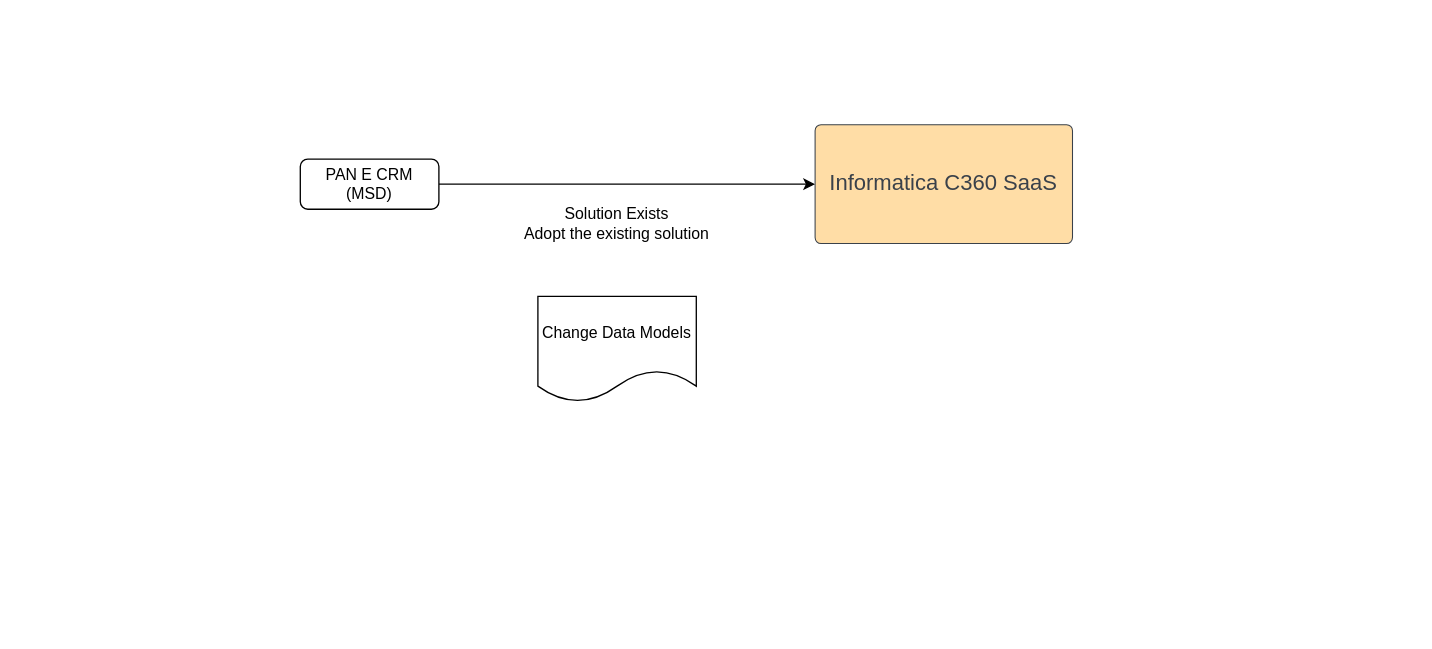
Earlier version of the draw.io diagram page "CRM - IT/ES" (5 of 5) of TME-Misc_Design.drawio (biswarup81/drawings). Source tidied: cells renumbered, new cells numbered last; positions are measured from the earlier drawing's top-left corner, leaving out a move shared by most shapes. Both pictures are drawn from the tidied source at 132%, with x=0, y=0 at pixel (300, 124).
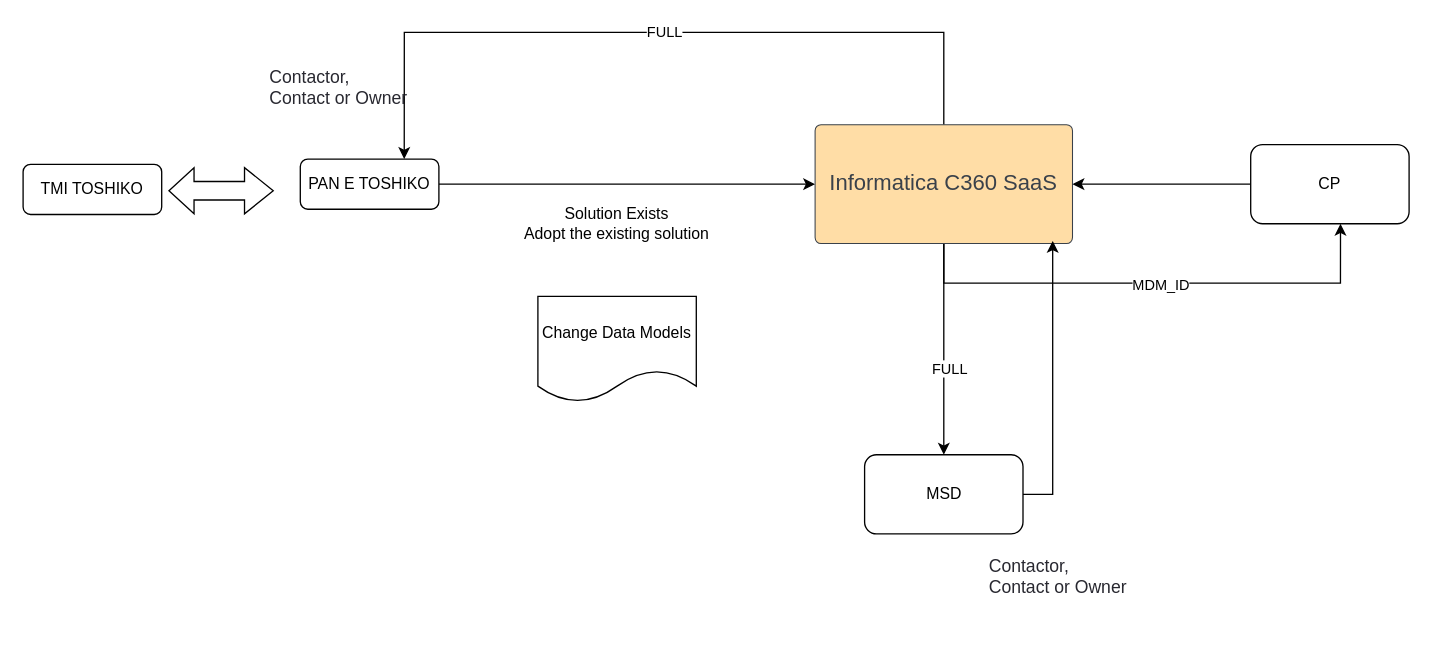
The same page after the edit.

The change refers to these unchanged cells:
```xml
<mxCell id="4" value="Informatica C360 SaaS" style="html=1;overflow=block;blockSpacing=1;whiteSpace=wrap;fontSize=16.7;fontColor=#3a414a;spacing=9;strokeColor=#3a414a;strokeOpacity=100;fillOpacity=100;rounded=1;absoluteArcSize=1;arcSize=9;fillColor=#ffdda6;strokeWidth=0.8;lucidId=FAfvqJk8E.Ea;" parent="1" vertex="1">
  <mxGeometry x="390" width="195" height="90" as="geometry" />
</mxCell>
```

Change to the diagram source:
```diff
@@
-    <mxCell id="3" value="PAN E CRM (MSD)" style="rounded=1;whiteSpace=wrap;html=1;" parent="1" vertex="1">
+    <mxCell id="3" value="PAN E TOSHIKO" style="rounded=1;whiteSpace=wrap;html=1;" parent="1" vertex="1">
       <mxGeometry y="26" width="105" height="38" as="geometry" />
     </mxCell>
+    <mxCell id="7" style="edgeStyle=orthogonalEdgeStyle;rounded=0;jettySize=auto;html=1;" parent="1" edge="1" source="4" target="14">
+      <mxGeometry relative="1" as="geometry" />
+    </mxCell>
+    <mxCell id="8" value="FULL" style="edgeLabel;html=1;align=center;verticalAlign=middle;" parent="7" vertex="1">
+      <mxGeometry x="0.17" y="4" relative="1" as="geometry" />
+    </mxCell>
+    <mxCell id="9" style="edgeStyle=orthogonalEdgeStyle;rounded=0;jettySize=auto;html=1;entryX=0.75;entryY=0;entryDx=0;entryDy=0;" parent="1" edge="1" source="4" target="3">
+      <mxGeometry relative="1" as="geometry">
+        <Array as="points">
+          <mxPoint x="488" y="-70" />
+          <mxPoint x="79" y="-70" />
+        </Array>
+      </mxGeometry>
+    </mxCell>
+    <mxCell id="10" value="FULL" style="edgeLabel;html=1;align=center;verticalAlign=middle;" parent="9" vertex="1">
+      <mxGeometry x="-0.02" y="-1" relative="1" as="geometry" />
+    </mxCell>
+    <mxCell id="11" style="edgeStyle=orthogonalEdgeStyle;rounded=0;jettySize=auto;html=1;entryX=0.567;entryY=1;entryDx=0;entryDy=0;entryPerimeter=0;" parent="1" edge="1" source="4" target="20">
+      <mxGeometry relative="1" as="geometry">
+        <Array as="points">
+          <mxPoint x="488" y="120" />
+          <mxPoint x="788" y="120" />
+        </Array>
+      </mxGeometry>
+    </mxCell>
+    <mxCell id="12" value="MDM_ID" style="edgeLabel;html=1;align=center;verticalAlign=middle;" parent="11" vertex="1">
+      <mxGeometry x="0.03" y="-1" relative="1" as="geometry">
+        <mxPoint x="1" as="offset" />
+      </mxGeometry>
+    </mxCell>
@@
+    <mxCell id="13" style="edgeStyle=orthogonalEdgeStyle;rounded=0;jettySize=auto;html=1;entryX=0.923;entryY=0.978;entryDx=0;entryDy=0;entryPerimeter=0;" parent="1" edge="1" source="14" target="4">
+      <mxGeometry relative="1" as="geometry">
+        <Array as="points">
+          <mxPoint x="570" y="280" />
+        </Array>
+      </mxGeometry>
+    </mxCell>
+    <mxCell id="14" value="MSD" style="rounded=1;whiteSpace=wrap;html=1;" parent="1" vertex="1">
+      <mxGeometry x="427.5" y="250" width="120" height="60" as="geometry" />
+    </mxCell>
+    <mxCell id="15" value="&lt;span style=&quot;font-size:10.0pt;font-family:&amp;quot;Toyota Type&amp;quot;;&#10;mso-ascii-font-family:&amp;quot;Toyota Type&amp;quot;;mso-fareast-font-family:+mn-ea;mso-bidi-font-family:&#10;+mn-cs;mso-ascii-theme-font:major-latin;mso-fareast-theme-font:minor-fareast;&#10;mso-bidi-theme-font:minor-bidi;font-variant:normal;color:#282830;mso-color-index:&#10;13;text-transform:none;letter-spacing:0pt;mso-font-kerning:12.0pt;language:&#10;en-GB;mso-no-proof:no;vertical-align:baseline;mso-text-raise:0%;mso-style-textoutline-type:&#10;none;mso-style-textfill-type:solid;mso-style-textfill-fill-themecolor:dark1;&#10;mso-style-textfill-fill-color:#282830;mso-style-textfill-fill-alpha:100.0%&quot;&gt;Contactor,&#10;Contact or Owner&lt;/span&gt;" style="text;whiteSpace=wrap;html=1;" parent="1" vertex="1">
+      <mxGeometry x="520" y="320" width="130" height="60" as="geometry" />
+    </mxCell>
+    <mxCell id="16" value="&lt;span style=&quot;font-size:10.0pt;font-family:&amp;quot;Toyota Type&amp;quot;;&#10;mso-ascii-font-family:&amp;quot;Toyota Type&amp;quot;;mso-fareast-font-family:+mn-ea;mso-bidi-font-family:&#10;+mn-cs;mso-ascii-theme-font:major-latin;mso-fareast-theme-font:minor-fareast;&#10;mso-bidi-theme-font:minor-bidi;font-variant:normal;color:#282830;mso-color-index:&#10;13;text-transform:none;letter-spacing:0pt;mso-font-kerning:12.0pt;language:&#10;en-GB;mso-no-proof:no;vertical-align:baseline;mso-text-raise:0%;mso-style-textoutline-type:&#10;none;mso-style-textfill-type:solid;mso-style-textfill-fill-themecolor:dark1;&#10;mso-style-textfill-fill-color:#282830;mso-style-textfill-fill-alpha:100.0%&quot;&gt;Contactor,&#10;Contact or Owner&lt;/span&gt;" style="text;whiteSpace=wrap;html=1;" parent="1" vertex="1">
+      <mxGeometry x="-25" y="-50" width="130" height="60" as="geometry" />
+    </mxCell>
+    <mxCell id="17" value="TMI TOSHIKO" style="rounded=1;whiteSpace=wrap;html=1;" parent="1" vertex="1">
+      <mxGeometry x="-210" y="30" width="105" height="38" as="geometry" />
+    </mxCell>
+    <mxCell id="18" style="shape=flexArrow;endArrow=classic;startArrow=classic;html=1;rounded=0;width=14;endSize=6.92;" parent="1" edge="1">
+      <mxGeometry relative="1" as="geometry">
+        <mxPoint x="-100" y="50" as="sourcePoint" />
+        <mxPoint x="-20" y="50" as="targetPoint" />
+      </mxGeometry>
+    </mxCell>
+    <mxCell id="19" style="edgeStyle=orthogonalEdgeStyle;rounded=0;jettySize=auto;html=1;" parent="1" edge="1" source="20" target="4">
+      <mxGeometry relative="1" as="geometry" />
+    </mxCell>
+    <mxCell id="20" value="CP" style="rounded=1;whiteSpace=wrap;html=1;" parent="1" vertex="1">
+      <mxGeometry x="720" y="15" width="120" height="60" as="geometry" />
+    </mxCell>
```
